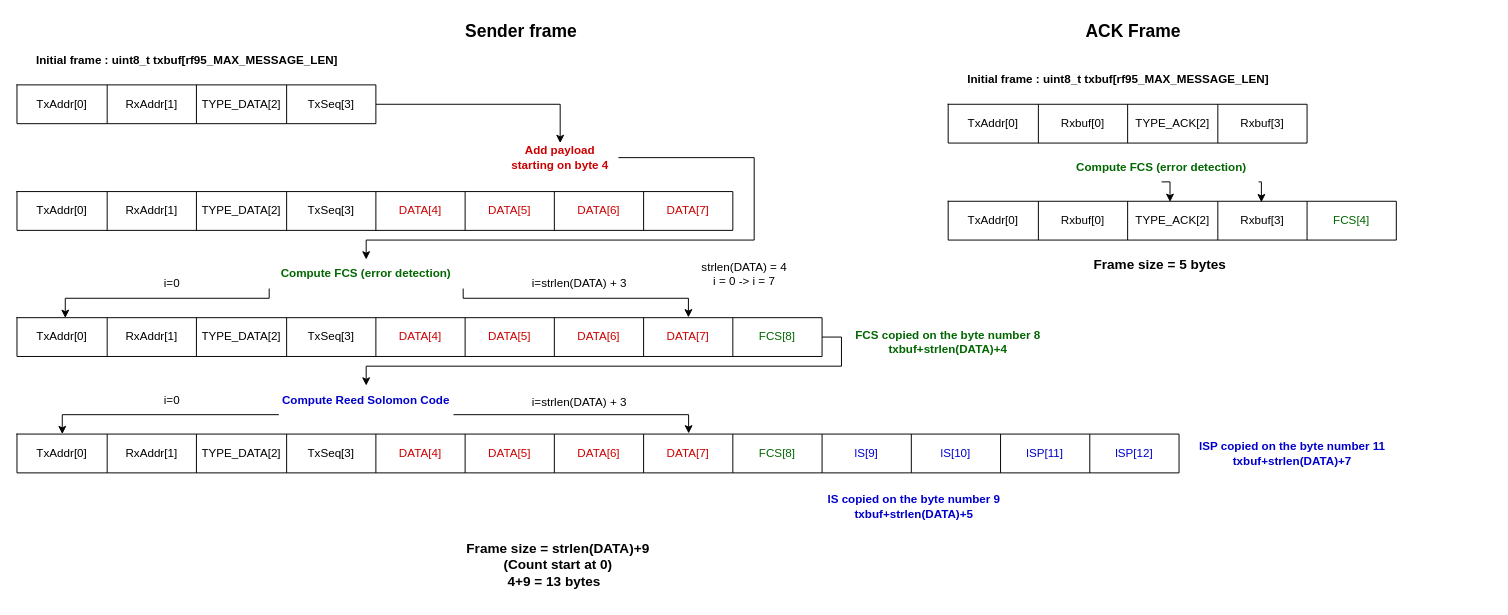
Above: Scheme/Frame diagram.drawio in TheToto318/M5Stack-RF-Transmission (draw.io), before the change. Source tidied: cells renumbered, new cells numbered last; positions are measured from the earlier drawing's top-left corner, leaving out a move shared by most shapes. Both pictures are drawn from the tidied source at 97%, with x=0, y=0 at pixel (16, 16).
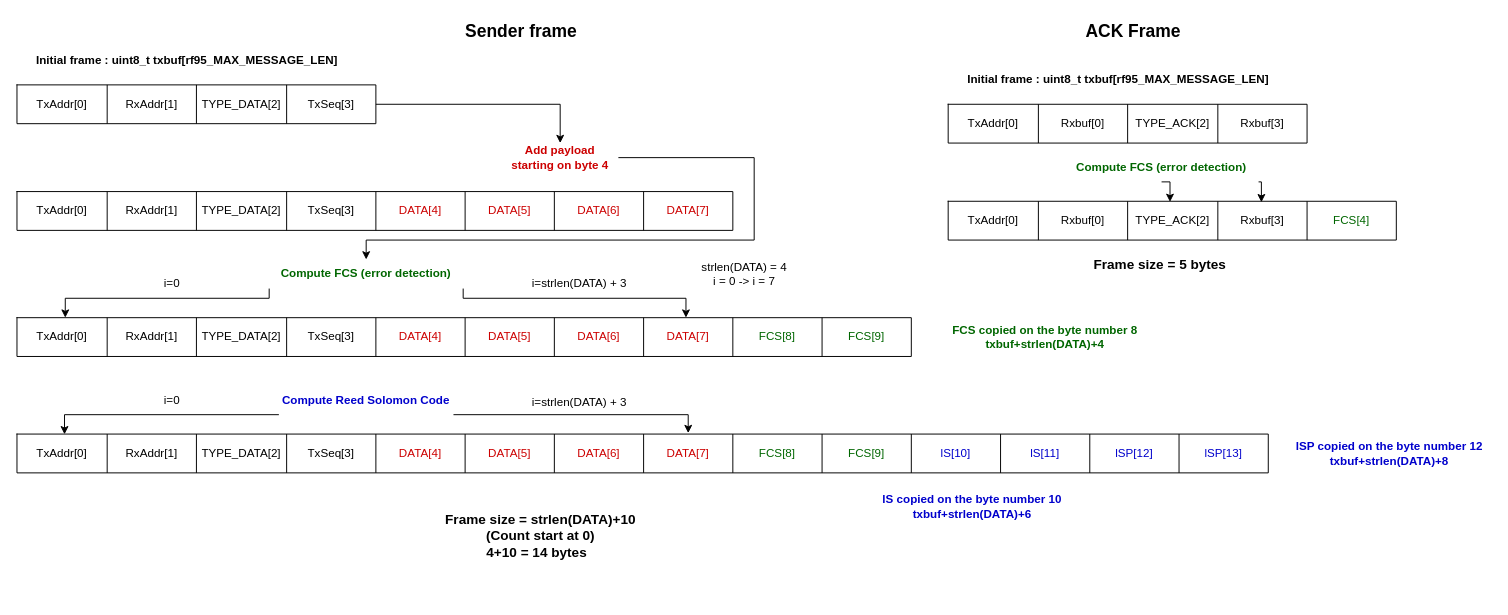
After the change.

Commit message (it also covers changes not shown here):
Fix frame diagram -> EIT instead of backoff

Unchanged cells that the change refers to:
```xml
<mxCell id="24" value="&lt;b&gt;&lt;font color=&quot;#006600&quot;&gt;Compute FCS (error detection)&lt;/font&gt;&lt;/b&gt;" style="text;html=1;strokeColor=none;fillColor=none;align=center;verticalAlign=middle;whiteSpace=wrap;rounded=0;" parent="1" vertex="1">
  <mxGeometry x="260" y="250" width="200" height="30" as="geometry" />
</mxCell>
<mxCell id="56" value="&lt;b&gt;&lt;font color=&quot;#0000cc&quot;&gt;Compute Reed Solomon Code&lt;/font&gt;&lt;/b&gt;" style="text;html=1;strokeColor=none;fillColor=none;align=center;verticalAlign=middle;whiteSpace=wrap;rounded=0;fontColor=#006600;" parent="1" vertex="1">
  <mxGeometry x="270" y="380" width="180" height="30" as="geometry" />
</mxCell>
```

The edit, as a diff of the source:
```diff
@@
-    <mxCell id="22" style="edgeStyle=orthogonalEdgeStyle;rounded=0;jettySize=auto;html=1;exitX=1;exitY=1;exitDx=0;exitDy=0;entryX=0.834;entryY=-0.007;entryDx=0;entryDy=0;entryPerimeter=0;fontColor=#000000;" parent="1" edge="1" source="24" target="26">
-      <mxGeometry relative="1" as="geometry">
-        <Array as="points">
-          <mxPoint x="460" y="290" />
-          <mxPoint x="692" y="290" />
-        </Array>
-      </mxGeometry>
-    </mxCell>
-    <mxCell id="23" style="edgeStyle=orthogonalEdgeStyle;rounded=0;jettySize=auto;html=1;exitX=0;exitY=1;exitDx=0;exitDy=0;entryX=0.06;entryY=0.007;entryDx=0;entryDy=0;entryPerimeter=0;fontColor=#000000;" parent="1" edge="1" source="24" target="26">
-      <mxGeometry relative="1" as="geometry">
-        <Array as="points">
-          <mxPoint x="260" y="290" />
-          <mxPoint x="50" y="290" />
-        </Array>
-      </mxGeometry>
-    </mxCell>
+    <mxCell id="84" style="edgeStyle=orthogonalEdgeStyle;rounded=0;jettySize=auto;html=1;exitX=1;exitY=1;exitDx=0;exitDy=0;entryX=0.748;entryY=0;entryDx=0;entryDy=0;entryPerimeter=0;" parent="1" edge="1" source="24" target="26">
+      <mxGeometry relative="1" as="geometry">
+        <Array as="points">
+          <mxPoint x="460" y="290" />
+          <mxPoint x="690" y="290" />
+        </Array>
+      </mxGeometry>
+    </mxCell>
+    <mxCell id="85" style="edgeStyle=orthogonalEdgeStyle;rounded=0;jettySize=auto;html=1;exitX=0;exitY=1;exitDx=0;exitDy=0;entryX=0.054;entryY=0;entryDx=0;entryDy=0;entryPerimeter=0;fontColor=#006600;" parent="1" edge="1" source="24" target="26">
+      <mxGeometry relative="1" as="geometry">
+        <Array as="points">
+          <mxPoint x="260" y="290" />
+          <mxPoint x="50" y="290" />
+        </Array>
+      </mxGeometry>
+    </mxCell>
@@
     <mxCell id="25" style="shape=table;html=1;whiteSpace=wrap;startSize=0;childLayout=tableLayout;" parent="1" vertex="1">
-      <mxGeometry y="310" width="830" height="40" as="geometry" />
+      <mxGeometry y="310" width="922" height="40" as="geometry" />
     </mxCell>
     <mxCell id="26" style="shape=tableRow;horizontal=0;startSize=0;swimlaneHead=0;swimlaneBody=0;top=0;left=0;bottom=0;right=0;fillColor=none;points=[[0,0.5],[1,0.5]];portConstraint=eastwest;" parent="25" vertex="1">
-      <mxGeometry width="830" height="40" as="geometry" />
+      <mxGeometry width="922" height="40" as="geometry" />
     </mxCell>
@@
+    <mxCell id="86" value="&lt;font color=&quot;#006600&quot;&gt;FCS[9]&lt;/font&gt;" style="shape=partialRectangle;html=1;whiteSpace=wrap;fillColor=none;top=0;left=0;bottom=0;right=0;overflow=hidden;" parent="26" vertex="1">
+      <mxGeometry x="830" width="92" height="40" as="geometry" />
+    </mxCell>
@@
     <mxCell id="39" style="shape=table;html=1;whiteSpace=wrap;startSize=0;childLayout=tableLayout;" parent="1" vertex="1">
-      <mxGeometry y="430" width="1198" height="40" as="geometry" />
+      <mxGeometry y="430" width="1290" height="40" as="geometry" />
     </mxCell>
     <mxCell id="40" style="shape=tableRow;horizontal=0;startSize=0;swimlaneHead=0;swimlaneBody=0;top=0;left=0;bottom=0;right=0;fillColor=none;points=[[0,0.5],[1,0.5]];portConstraint=eastwest;" parent="39" vertex="1">
-      <mxGeometry width="1198" height="40" as="geometry" />
+      <mxGeometry width="1290" height="40" as="geometry" />
     </mxCell>
@@
-    <mxCell id="50" value="&lt;font color=&quot;#0000cc&quot;&gt;lS[9]&lt;/font&gt;" style="shape=partialRectangle;html=1;whiteSpace=wrap;fillColor=none;top=0;left=0;bottom=0;right=0;overflow=hidden;" parent="40" vertex="1">
+    <mxCell id="50" value="&lt;font color=&quot;#006600&quot;&gt;FCS[9]&lt;/font&gt;" style="shape=partialRectangle;html=1;whiteSpace=wrap;fillColor=none;top=0;left=0;bottom=0;right=0;overflow=hidden;" parent="40" vertex="1">
       <mxGeometry x="830" width="92" height="40" as="geometry" />
     </mxCell>
@@
-    <mxCell id="52" value="&lt;font color=&quot;#0000cc&quot;&gt;lSP[11]&lt;/font&gt;" style="shape=partialRectangle;html=1;whiteSpace=wrap;fillColor=none;top=0;left=0;bottom=0;right=0;overflow=hidden;" parent="40" vertex="1">
+    <mxCell id="52" value="&lt;font color=&quot;#0000cc&quot;&gt;lS[11]&lt;/font&gt;" style="shape=partialRectangle;html=1;whiteSpace=wrap;fillColor=none;top=0;left=0;bottom=0;right=0;overflow=hidden;" parent="40" vertex="1">
       <mxGeometry x="1014" width="92" height="40" as="geometry" />
     </mxCell>
@@
+    <mxCell id="87" value="&lt;font color=&quot;#0000cc&quot;&gt;lSP[13]&lt;/font&gt;" style="shape=partialRectangle;html=1;whiteSpace=wrap;fillColor=none;top=0;left=0;bottom=0;right=0;overflow=hidden;" parent="40" vertex="1">
+      <mxGeometry x="1198" width="92" height="40" as="geometry" />
+    </mxCell>
-    <mxCell id="54" style="edgeStyle=orthogonalEdgeStyle;rounded=0;jettySize=auto;html=1;exitX=1;exitY=1;exitDx=0;exitDy=0;entryX=0.578;entryY=-0.016;entryDx=0;entryDy=0;entryPerimeter=0;fontColor=#000000;" parent="1" edge="1" source="56" target="40">
+    <mxCell id="54" style="edgeStyle=orthogonalEdgeStyle;rounded=0;jettySize=auto;html=1;exitX=1;exitY=1;exitDx=0;exitDy=0;fontColor=#000000;" parent="1" edge="1" source="56">
       <mxGeometry relative="1" as="geometry">
+        <mxPoint x="692" y="429" as="targetPoint" />
         <Array as="points">
           <mxPoint x="692" y="410" />
         </Array>
       </mxGeometry>
     </mxCell>
-    <mxCell id="55" style="edgeStyle=orthogonalEdgeStyle;rounded=0;jettySize=auto;html=1;exitX=0;exitY=1;exitDx=0;exitDy=0;entryX=0.039;entryY=0.001;entryDx=0;entryDy=0;entryPerimeter=0;fontColor=#0000CC;" parent="1" edge="1" source="56" target="40">
+    <mxCell id="55" style="edgeStyle=orthogonalEdgeStyle;rounded=0;jettySize=auto;html=1;exitX=0;exitY=1;exitDx=0;exitDy=0;entryX=0.038;entryY=0.006;entryDx=0;entryDy=0;entryPerimeter=0;fontColor=#006600;" parent="1" edge="1" source="56" target="40">
       <mxGeometry relative="1" as="geometry">
         <Array as="points">
-          <mxPoint x="47" y="410" />
+          <mxPoint x="49" y="410" />
         </Array>
       </mxGeometry>
     </mxCell>
@@
-    <mxCell id="57" style="edgeStyle=orthogonalEdgeStyle;rounded=0;jettySize=auto;html=1;fontColor=#006600;entryX=0.5;entryY=0;entryDx=0;entryDy=0;exitX=1;exitY=0.5;exitDx=0;exitDy=0;" parent="1" edge="1" source="26" target="56">
-      <mxGeometry relative="1" as="geometry">
-        <Array as="points">
-          <mxPoint x="850" y="330" />
-          <mxPoint x="850" y="360" />
-          <mxPoint x="360" y="360" />
-        </Array>
-      </mxGeometry>
-    </mxCell>
     <mxCell id="58" value="&lt;b style=&quot;&quot;&gt;FCS copied on the byte number 8&lt;br&gt;txbuf+strlen(DATA)+4&lt;/b&gt;" style="text;html=1;strokeColor=none;fillColor=none;align=center;verticalAlign=middle;whiteSpace=wrap;rounded=0;fontColor=#006600;" parent="1" vertex="1">
-      <mxGeometry x="860" y="320" width="200" height="30" as="geometry" />
+      <mxGeometry x="960" y="315" width="200" height="30" as="geometry" />
     </mxCell>
@@
-    <mxCell id="61" value="&lt;b&gt;lS copied on the byte number 9&lt;br&gt;txbuf+strlen(DATA)+5&lt;/b&gt;" style="text;html=1;strokeColor=none;fillColor=none;align=center;verticalAlign=middle;whiteSpace=wrap;rounded=0;fontColor=#0000CC;" parent="1" vertex="1">
-      <mxGeometry x="820" y="490" width="210" height="30" as="geometry" />
+    <mxCell id="61" value="&lt;b&gt;lS copied on the byte number 10&lt;br&gt;txbuf+strlen(DATA)+6&lt;/b&gt;" style="text;html=1;strokeColor=none;fillColor=none;align=center;verticalAlign=middle;whiteSpace=wrap;rounded=0;fontColor=#0000CC;" parent="1" vertex="1">
+      <mxGeometry x="880" y="490" width="210" height="30" as="geometry" />
     </mxCell>
-    <mxCell id="62" value="&lt;b&gt;lSP copied on the byte number 11&lt;br&gt;txbuf+strlen(DATA)+7&lt;/b&gt;" style="text;html=1;strokeColor=none;fillColor=none;align=center;verticalAlign=middle;whiteSpace=wrap;rounded=0;fontColor=#0000CC;" parent="1" vertex="1">
-      <mxGeometry x="1210" y="435" width="210" height="30" as="geometry" />
+    <mxCell id="62" value="&lt;b&gt;lSP copied on the byte number 12&lt;br&gt;txbuf+strlen(DATA)+8&lt;/b&gt;" style="text;html=1;strokeColor=none;fillColor=none;align=center;verticalAlign=middle;whiteSpace=wrap;rounded=0;fontColor=#0000CC;" parent="1" vertex="1">
+      <mxGeometry x="1310" y="435" width="210" height="30" as="geometry" />
     </mxCell>
-    <mxCell id="63" value="&lt;font style=&quot;font-size: 14px;&quot; color=&quot;#000000&quot;&gt;&lt;b&gt;Frame size = strlen(DATA)+9&lt;br&gt;(Count start at 0)&lt;br&gt;4+9 = 13 bytes&amp;nbsp;&amp;nbsp;&lt;/b&gt;&lt;/font&gt;" style="text;html=1;strokeColor=none;fillColor=none;align=center;verticalAlign=middle;whiteSpace=wrap;rounded=0;fontColor=#0000CC;" parent="1" vertex="1">
-      <mxGeometry x="378" y="530" width="360" height="70" as="geometry" />
+    <mxCell id="63" value="&lt;font style=&quot;font-size: 14px;&quot; color=&quot;#000000&quot;&gt;&lt;b&gt;Frame size = strlen(DATA)+10&lt;br&gt;(Count start at 0)&lt;br&gt;4+10 = 14 bytes&amp;nbsp;&amp;nbsp;&lt;/b&gt;&lt;/font&gt;" style="text;html=1;strokeColor=none;fillColor=none;align=center;verticalAlign=middle;whiteSpace=wrap;rounded=0;fontColor=#0000CC;" parent="1" vertex="1">
+      <mxGeometry x="360" y="500" width="360" height="70" as="geometry" />
     </mxCell>
```
